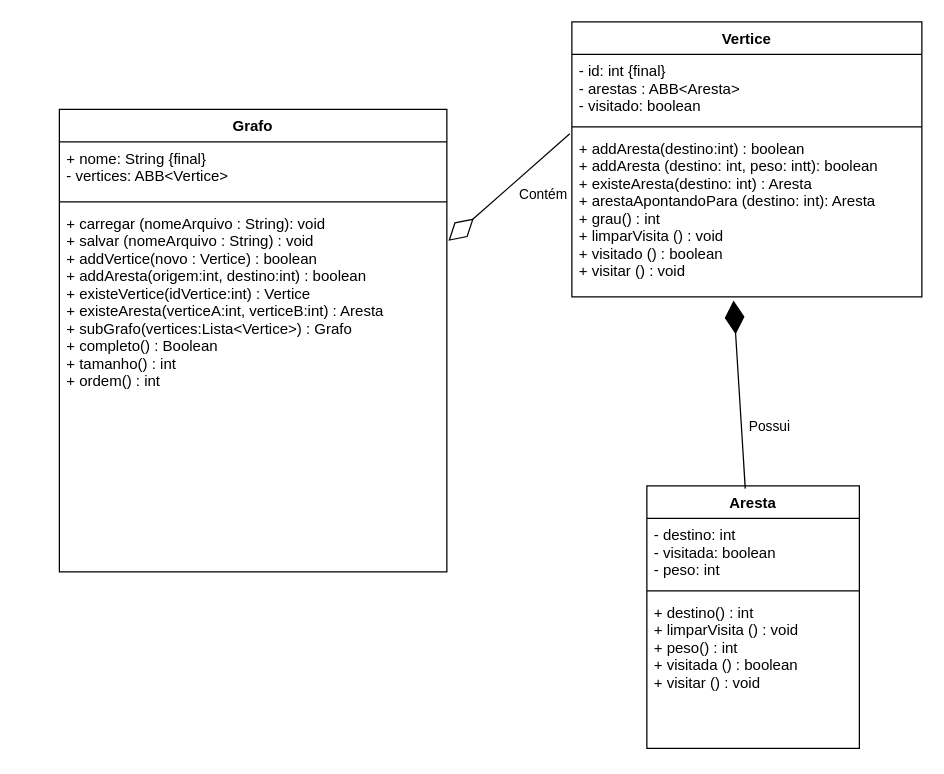
Above: docs/diagramas/2.0 - Diagrama UML Algoritmos em Grafos.drawio in DisciplinasProgramacao/projeto2-t-e-a-m (draw.io), before the change. Source tidied: cells renumbered, new cells numbered last; positions are measured from the earlier drawing's top-left corner, leaving out a move shared by most shapes. Both pictures are drawn from the tidied source at 125%, with x=0, y=0 at pixel (59, 21).
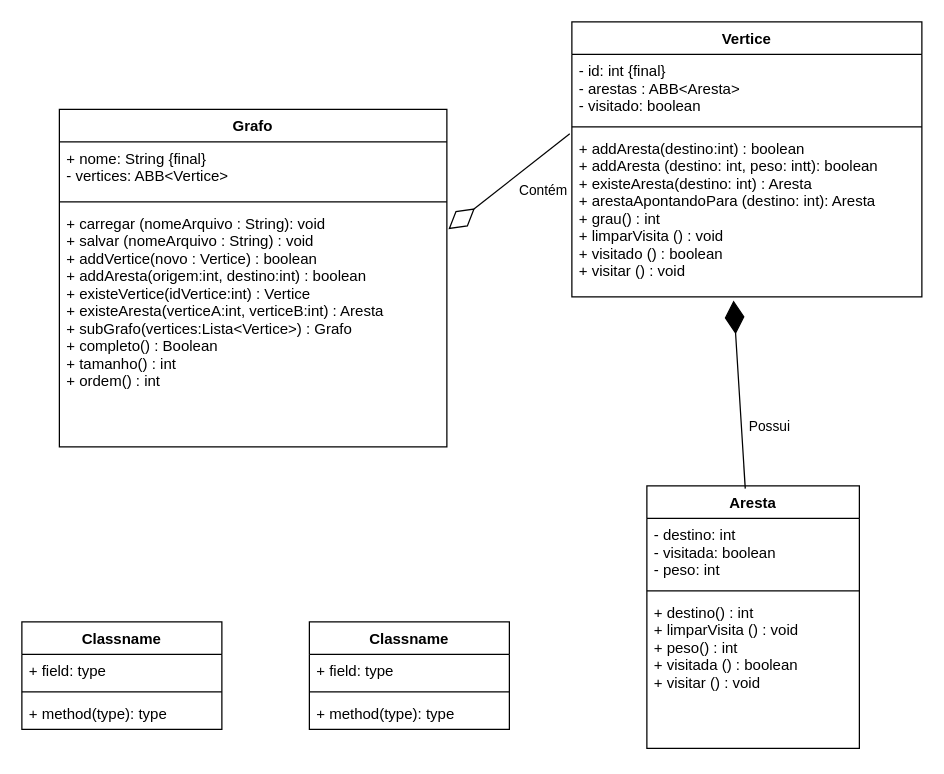
Above is the later version.

What changed in the source:
```diff
@@
     <mxCell id="4" value="Grafo" style="swimlane;fontStyle=1;align=center;verticalAlign=top;horizontal=1;startSize=26;" parent="1" vertex="1">
-      <mxGeometry y="70" width="310" height="370" as="geometry" />
+      <mxGeometry y="70" width="310" height="270" as="geometry" />
     </mxCell>
@@
     <mxCell id="7" value="+ carregar (nomeArquivo : String): void&#10;+ salvar (nomeArquivo : String) : void&#10;+ addVertice(novo : Vertice) : boolean&#10;+ addAresta(origem:int, destino:int) : boolean&#10;+ existeVertice(idVertice:int) : Vertice&#10;+ existeAresta(verticeA:int, verticeB:int) : Aresta&#10;+ subGrafo(vertices:Lista&lt;Vertice&gt;) : Grafo&#10;+ completo() : Boolean&#10;+ tamanho() : int&#10;+ ordem() : int&#10;" style="text;strokeColor=none;fillColor=none;align=left;verticalAlign=top;spacingLeft=4;spacingRight=4;overflow=hidden;points=[[0,0.5],[1,0.5]];portConstraint=eastwest;" parent="4" vertex="1">
-      <mxGeometry y="78" width="310" height="292" as="geometry" />
+      <mxGeometry y="78" width="310" height="192" as="geometry" />
     </mxCell>
@@
+    <mxCell id="18" value="Classname" style="swimlane;fontStyle=1;align=center;verticalAlign=top;horizontal=1;startSize=26;" parent="1" vertex="1">
+      <mxGeometry x="-30" y="480" width="160" height="86" as="geometry" />
+    </mxCell>
+    <mxCell id="19" value="+ field: type" style="text;strokeColor=none;fillColor=none;align=left;verticalAlign=top;spacingLeft=4;spacingRight=4;overflow=hidden;" parent="18" vertex="1">
+      <mxGeometry y="26" width="160" height="26" as="geometry" />
+    </mxCell>
+    <mxCell id="20" style="line;strokeWidth=1;fillColor=none;align=left;verticalAlign=middle;spacingTop=-1;spacingLeft=3;spacingRight=3;labelPosition=right;" parent="18" vertex="1">
+      <mxGeometry y="52" width="160" height="8" as="geometry" />
+    </mxCell>
+    <mxCell id="21" value="+ method(type): type" style="text;strokeColor=none;fillColor=none;align=left;verticalAlign=top;spacingLeft=4;spacingRight=4;overflow=hidden;" parent="18" vertex="1">
+      <mxGeometry y="60" width="160" height="26" as="geometry" />
+    </mxCell>
+    <mxCell id="22" value="Classname" style="swimlane;fontStyle=1;align=center;verticalAlign=top;horizontal=1;startSize=26;" parent="1" vertex="1">
+      <mxGeometry x="200" y="480" width="160" height="86" as="geometry" />
+    </mxCell>
+    <mxCell id="23" value="+ field: type" style="text;strokeColor=none;fillColor=none;align=left;verticalAlign=top;spacingLeft=4;spacingRight=4;overflow=hidden;" parent="22" vertex="1">
+      <mxGeometry y="26" width="160" height="26" as="geometry" />
+    </mxCell>
+    <mxCell id="24" style="line;strokeWidth=1;fillColor=none;align=left;verticalAlign=middle;spacingTop=-1;spacingLeft=3;spacingRight=3;labelPosition=right;" parent="22" vertex="1">
+      <mxGeometry y="52" width="160" height="8" as="geometry" />
+    </mxCell>
+    <mxCell id="25" value="+ method(type): type" style="text;strokeColor=none;fillColor=none;align=left;verticalAlign=top;spacingLeft=4;spacingRight=4;overflow=hidden;" parent="22" vertex="1">
+      <mxGeometry y="60" width="160" height="26" as="geometry" />
+    </mxCell>
```
